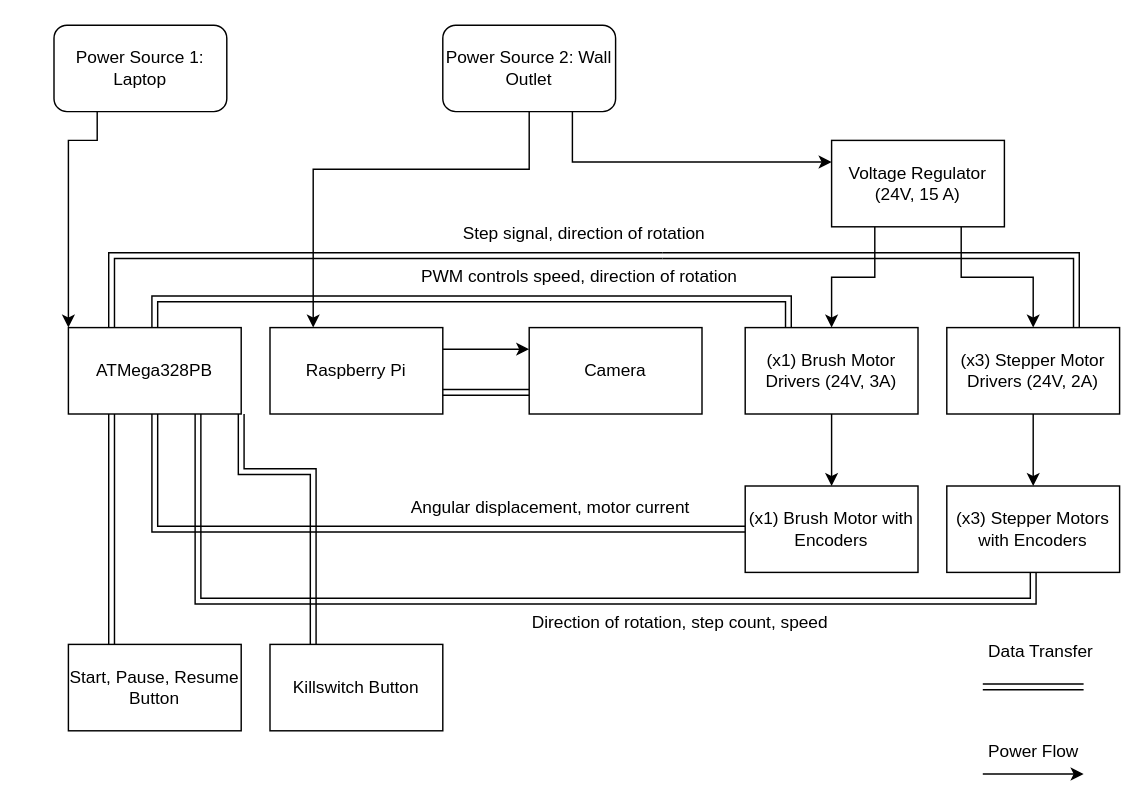
Above: Untitled Diagram.drawio in upenn-embedded/final-project-s25-the-algorithm (draw.io), before the change. Source tidied: cells renumbered, new cells numbered last; positions are measured from the earlier drawing's top-left corner, leaving out a move shared by most shapes. Both pictures are drawn from the tidied source at 144%, with x=0, y=0 at pixel (53, 24).
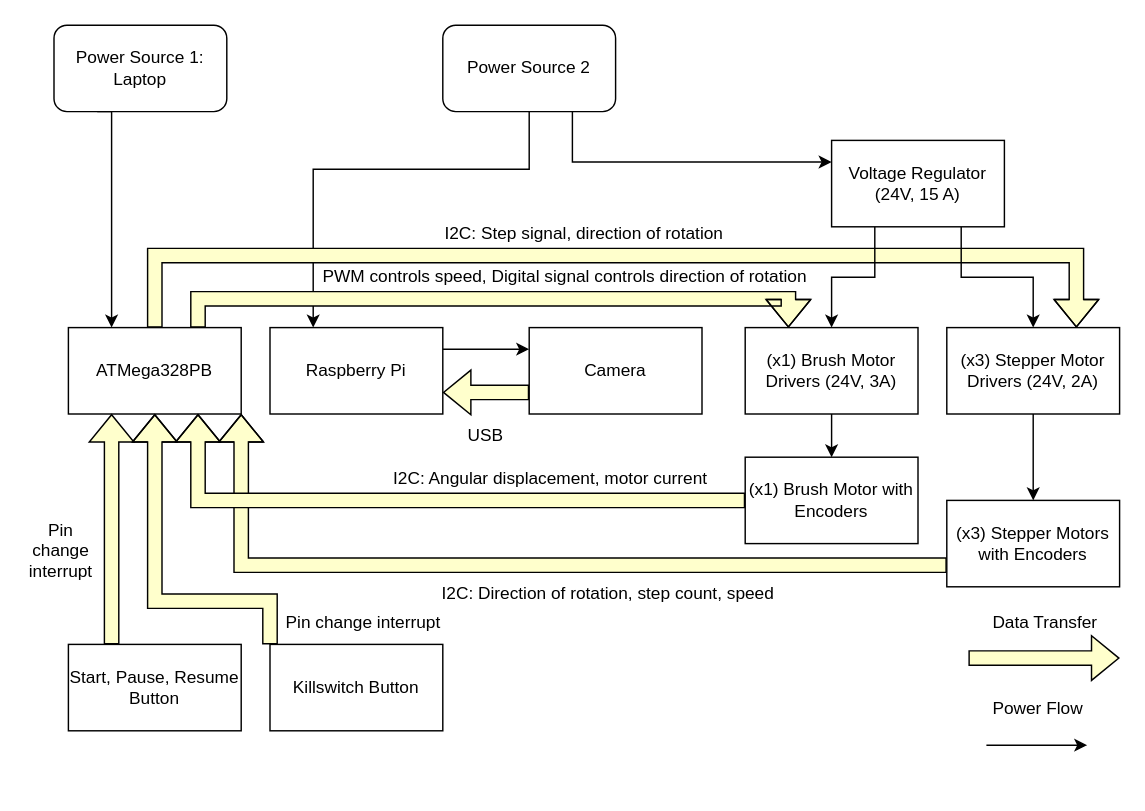
The same page after the edit.

The change refers to these unchanged cells:
```xml
<mxCell id="4" value="Power Source 1: Laptop" style="rounded=1;whiteSpace=wrap;html=1;" parent="1" vertex="1">
  <mxGeometry width="120" height="60" as="geometry" />
</mxCell>
<mxCell id="7" value="ATMega328PB" style="rounded=0;whiteSpace=wrap;html=1;" parent="1" vertex="1">
  <mxGeometry x="10" y="210" width="120" height="60" as="geometry" />
</mxCell>
<mxCell id="9" value="Raspberry Pi" style="rounded=0;whiteSpace=wrap;html=1;" parent="1" vertex="1">
  <mxGeometry x="150" y="210" width="120" height="60" as="geometry" />
</mxCell>
<mxCell id="11" value="(x3) Stepper Motor Drivers (24V, 2A)" style="rounded=0;whiteSpace=wrap;html=1;" parent="1" vertex="1">
  <mxGeometry x="620" y="210" width="120" height="60" as="geometry" />
</mxCell>
<mxCell id="17" value="Camera" style="rounded=0;whiteSpace=wrap;html=1;" parent="1" vertex="1">
  <mxGeometry x="330" y="210" width="120" height="60" as="geometry" />
</mxCell>
<mxCell id="19" value="(x1) Brush Motor Drivers (24V, 3A)" style="rounded=0;whiteSpace=wrap;html=1;" parent="1" vertex="1">
  <mxGeometry x="480" y="210" width="120" height="60" as="geometry" />
</mxCell>
<mxCell id="21" value="Start, Pause, Resume Button" style="rounded=0;whiteSpace=wrap;html=1;" parent="1" vertex="1">
  <mxGeometry x="10" y="430" width="120" height="60" as="geometry" />
</mxCell>
<mxCell id="23" value="Killswitch Button" style="rounded=0;whiteSpace=wrap;html=1;" parent="1" vertex="1">
  <mxGeometry x="150" y="430" width="120" height="60" as="geometry" />
</mxCell>
```

Diff of the diagram source:
```diff
@@
-    <mxCell id="3" style="edgeStyle=orthogonalEdgeStyle;rounded=0;jettySize=auto;html=1;exitX=0.25;exitY=1;exitDx=0;exitDy=0;entryX=0;entryY=0;entryDx=0;entryDy=0;" parent="1" edge="1" source="4" target="7">
+    <mxCell id="3" style="edgeStyle=orthogonalEdgeStyle;rounded=0;jettySize=auto;html=1;exitX=0.25;exitY=1;exitDx=0;exitDy=0;entryX=0.25;entryY=0;entryDx=0;entryDy=0;" parent="1" edge="1" source="4" target="7">
       <mxGeometry relative="1" as="geometry">
         <Array as="points">
-          <mxPoint x="30" y="80" />
-          <mxPoint x="10" y="80" />
+          <mxPoint x="40" y="60" />
         </Array>
       </mxGeometry>
     </mxCell>
@@
+    <mxCell id="38" style="edgeStyle=orthogonalEdgeStyle;rounded=0;jettySize=auto;html=1;exitX=0.5;exitY=0;exitDx=0;exitDy=0;entryX=0.75;entryY=0;entryDx=0;entryDy=0;shape=flexArrow;fillColor=#FFFFCC;" parent="1" edge="1" source="7" target="11">
+      <mxGeometry relative="1" as="geometry">
+        <Array as="points">
+          <mxPoint x="70" y="160" />
+          <mxPoint x="710" y="160" />
+        </Array>
+      </mxGeometry>
+    </mxCell>
-    <mxCell id="5" style="edgeStyle=orthogonalEdgeStyle;rounded=0;jettySize=auto;html=1;exitX=0.5;exitY=0;exitDx=0;exitDy=0;entryX=0.25;entryY=0;entryDx=0;entryDy=0;shape=link;" parent="1" edge="1" source="7" target="19">
+    <mxCell id="5" style="edgeStyle=orthogonalEdgeStyle;rounded=0;jettySize=auto;html=1;exitX=0.75;exitY=0;exitDx=0;exitDy=0;entryX=0.25;entryY=0;entryDx=0;entryDy=0;shape=flexArrow;fillColor=#FFFFCC;" parent="1" edge="1" source="7" target="19">
       <mxGeometry relative="1" as="geometry" />
     </mxCell>
-    <mxCell id="6" style="edgeStyle=orthogonalEdgeStyle;rounded=0;jettySize=auto;html=1;exitX=0.75;exitY=0;exitDx=0;exitDy=0;entryX=0.75;entryY=0;entryDx=0;entryDy=0;shape=link;" parent="1" edge="1" source="35" target="11">
-      <mxGeometry relative="1" as="geometry">
-        <Array as="points">
-          <mxPoint x="710" y="160" />
-        </Array>
-      </mxGeometry>
-    </mxCell>
@@
-    <mxCell id="12" style="edgeStyle=orthogonalEdgeStyle;rounded=0;jettySize=auto;html=1;exitX=0.5;exitY=1;exitDx=0;exitDy=0;entryX=0.75;entryY=1;entryDx=0;entryDy=0;shape=link;" parent="1" edge="1" source="13" target="7">
+    <mxCell id="12" style="edgeStyle=orthogonalEdgeStyle;rounded=0;jettySize=auto;html=1;exitX=0;exitY=0.75;exitDx=0;exitDy=0;entryX=1;entryY=1;entryDx=0;entryDy=0;shape=flexArrow;fillColor=#FFFFCC;" parent="1" edge="1" source="13" target="7">
       <mxGeometry relative="1" as="geometry" />
     </mxCell>
     <mxCell id="13" value="(x3) Stepper Motors with Encoders" style="rounded=0;whiteSpace=wrap;html=1;" parent="1" vertex="1">
-      <mxGeometry x="620" y="320" width="120" height="60" as="geometry" />
+      <mxGeometry x="620" y="330" width="120" height="60" as="geometry" />
     </mxCell>
-    <mxCell id="14" style="edgeStyle=orthogonalEdgeStyle;rounded=0;jettySize=auto;html=1;exitX=0;exitY=0.5;exitDx=0;exitDy=0;entryX=0.5;entryY=1;entryDx=0;entryDy=0;shape=link;" parent="1" edge="1" source="15" target="7">
-      <mxGeometry relative="1" as="geometry" />
-    </mxCell>
     <mxCell id="15" value="(x1) Brush Motor with Encoders" style="rounded=0;whiteSpace=wrap;html=1;" parent="1" vertex="1">
-      <mxGeometry x="480" y="320" width="120" height="60" as="geometry" />
+      <mxGeometry x="480" y="300" width="120" height="60" as="geometry" />
     </mxCell>
-    <mxCell id="16" style="edgeStyle=orthogonalEdgeStyle;rounded=0;jettySize=auto;html=1;exitX=0;exitY=0.75;exitDx=0;exitDy=0;entryX=1;entryY=0.75;entryDx=0;entryDy=0;shape=link;" parent="1" edge="1" source="17" target="9">
+    <mxCell id="16" style="edgeStyle=orthogonalEdgeStyle;rounded=0;jettySize=auto;html=1;exitX=0;exitY=0.75;exitDx=0;exitDy=0;entryX=1;entryY=0.75;entryDx=0;entryDy=0;shape=flexArrow;fillColor=#FFFFCC;" parent="1" edge="1" source="17" target="9">
       <mxGeometry relative="1" as="geometry" />
     </mxCell>
@@
-    <mxCell id="20" style="edgeStyle=orthogonalEdgeStyle;rounded=0;jettySize=auto;html=1;exitX=0.25;exitY=0;exitDx=0;exitDy=0;entryX=0.25;entryY=1;entryDx=0;entryDy=0;shape=link;" parent="1" edge="1" source="21" target="7">
+    <mxCell id="20" style="edgeStyle=orthogonalEdgeStyle;rounded=0;jettySize=auto;html=1;exitX=0.25;exitY=0;exitDx=0;exitDy=0;entryX=0.25;entryY=1;entryDx=0;entryDy=0;shape=flexArrow;fillColor=#FFFFCC;" parent="1" edge="1" source="21" target="7">
       <mxGeometry relative="1" as="geometry" />
     </mxCell>
@@
-    <mxCell id="22" style="edgeStyle=orthogonalEdgeStyle;rounded=0;jettySize=auto;html=1;exitX=0.25;exitY=0;exitDx=0;exitDy=0;entryX=1;entryY=1;entryDx=0;entryDy=0;shape=link;" parent="1" edge="1" source="23" target="7">
+    <mxCell id="22" style="edgeStyle=orthogonalEdgeStyle;rounded=0;jettySize=auto;html=1;exitX=0;exitY=0;exitDx=0;exitDy=0;entryX=0.5;entryY=1;entryDx=0;entryDy=0;shape=flexArrow;fillColor=#FFFFCC;" parent="1" edge="1" source="23" target="7">
       <mxGeometry relative="1" as="geometry">
         <Array as="points">
-          <mxPoint x="180" y="310" />
-          <mxPoint x="130" y="310" />
+          <mxPoint x="150" y="400" />
+          <mxPoint x="70" y="400" />
         </Array>
       </mxGeometry>
     </mxCell>
@@
     <mxCell id="24" style="endArrow=classic;html=1;rounded=0;" parent="1" edge="1">
       <mxGeometry relative="1" as="geometry">
-        <mxPoint x="645" y="520" as="sourcePoint" />
-        <mxPoint x="715" y="520" as="targetPoint" />
+        <mxPoint x="647.5" y="500" as="sourcePoint" />
+        <mxPoint x="717.5" y="500" as="targetPoint" />
       </mxGeometry>
     </mxCell>
-    <mxCell id="25" style="endArrow=none;html=1;rounded=0;shape=link;" parent="1" edge="1">
-      <mxGeometry relative="1" as="geometry">
-        <mxPoint x="645" y="459.5" as="sourcePoint" />
-        <mxPoint x="715" y="459.5" as="targetPoint" />
-      </mxGeometry>
-    </mxCell>
     <mxCell id="26" value="Power Flow" style="text;html=1;align=center;verticalAlign=middle;strokeColor=none;fillColor=none;" parent="1" vertex="1">
-      <mxGeometry x="635" y="490" width="90" height="30" as="geometry" />
+      <mxGeometry x="637.5" y="460" width="90" height="30" as="geometry" />
     </mxCell>
     <mxCell id="27" value="Data Transfer" style="text;html=1;align=center;verticalAlign=middle;strokeColor=none;fillColor=none;" parent="1" vertex="1">
-      <mxGeometry x="635" y="420" width="100" height="30" as="geometry" />
+      <mxGeometry x="637.5" y="400" width="100" height="30" as="geometry" />
     </mxCell>
@@
-    <mxCell id="31" value="Power Source 2: Wall Outlet" style="rounded=1;whiteSpace=wrap;html=1;" parent="1" vertex="1">
+    <mxCell id="31" value="Power Source 2" style="rounded=1;whiteSpace=wrap;html=1;" parent="1" vertex="1">
       <mxGeometry x="270" width="120" height="60" as="geometry" />
     </mxCell>
@@
-    <mxCell id="33" value="Step signal, direction of rotation&amp;nbsp;" style="text;html=1;align=center;verticalAlign=middle;whiteSpace=wrap;rounded=0;" parent="1" vertex="1">
+    <mxCell id="33" value="I2C: Step signal, direction of rotation&amp;nbsp;" style="text;html=1;align=center;verticalAlign=middle;whiteSpace=wrap;rounded=0;" parent="1" vertex="1">
       <mxGeometry x="270" y="130" width="200" height="30" as="geometry" />
     </mxCell>
-    <mxCell id="34" style="edgeStyle=orthogonalEdgeStyle;rounded=0;jettySize=auto;html=1;exitX=0.25;exitY=0;exitDx=0;exitDy=0;entryX=0.75;entryY=0;entryDx=0;entryDy=0;shape=link;" parent="1" edge="1" source="7" target="35">
-      <mxGeometry relative="1" as="geometry">
-        <Array as="points">
-          <mxPoint x="40" y="160" />
-        </Array>
-      </mxGeometry>
-    </mxCell>
-    <mxCell id="35" value="PWM controls speed, direction of rotation" style="text;html=1;align=center;verticalAlign=middle;whiteSpace=wrap;rounded=0;" parent="1" vertex="1">
-      <mxGeometry x="250" y="160" width="230" height="30" as="geometry" />
+    <mxCell id="35" value="PWM controls speed, Digital signal controls direction of rotation" style="text;html=1;align=center;verticalAlign=middle;whiteSpace=wrap;rounded=0;" parent="1" vertex="1">
+      <mxGeometry x="180" y="160" width="350" height="30" as="geometry" />
     </mxCell>
-    <mxCell id="36" value="Direction of rotation, step count, speed" style="text;html=1;align=center;verticalAlign=middle;whiteSpace=wrap;rounded=0;" parent="1" vertex="1">
-      <mxGeometry x="310" y="400" width="250" height="30" as="geometry" />
+    <mxCell id="36" value="I2C: Direction of rotation, step count, speed" style="text;html=1;align=center;verticalAlign=middle;whiteSpace=wrap;rounded=0;" parent="1" vertex="1">
+      <mxGeometry x="260" y="380" width="250" height="30" as="geometry" />
     </mxCell>
-    <mxCell id="37" value="Angular displacement, motor current" style="text;html=1;align=center;verticalAlign=middle;whiteSpace=wrap;rounded=0;" parent="1" vertex="1">
-      <mxGeometry x="220" y="320" width="250" height="30" as="geometry" />
+    <mxCell id="37" value="I2C: Angular displacement, motor current" style="text;html=1;align=center;verticalAlign=middle;whiteSpace=wrap;rounded=0;" parent="1" vertex="1">
+      <mxGeometry x="220" y="300" width="250" height="30" as="geometry" />
     </mxCell>
+    <mxCell id="39" style="endArrow=classic;html=1;rounded=0;shape=flexArrow;fillColor=#FFFFCC;" parent="1" edge="1">
+      <mxGeometry relative="1" as="geometry">
+        <mxPoint x="635" y="439.5" as="sourcePoint" />
+        <mxPoint x="740" y="439.5" as="targetPoint" />
+      </mxGeometry>
+    </mxCell>
+    <mxCell id="14" style="edgeStyle=orthogonalEdgeStyle;rounded=0;jettySize=auto;html=1;exitX=0;exitY=0.5;exitDx=0;exitDy=0;entryX=0.75;entryY=1;entryDx=0;entryDy=0;shape=flexArrow;fillColor=#FFFFCC;" parent="1" edge="1" source="15" target="7">
+      <mxGeometry relative="1" as="geometry" />
+    </mxCell>
+    <mxCell id="40" value="USB" style="text;html=1;align=center;verticalAlign=middle;whiteSpace=wrap;rounded=0;" parent="1" vertex="1">
+      <mxGeometry x="270" y="270" width="60" height="30" as="geometry" />
+    </mxCell>
+    <mxCell id="41" value="Pin change interrupt" style="text;html=1;align=center;verticalAlign=middle;whiteSpace=wrap;rounded=0;" parent="1" vertex="1">
+      <mxGeometry x="140" y="400" width="150" height="30" as="geometry" />
+    </mxCell>
+    <mxCell id="42" value="Pin change interrupt" style="text;html=1;align=center;verticalAlign=middle;whiteSpace=wrap;rounded=0;" parent="1" vertex="1">
+      <mxGeometry x="-20" y="350" width="50" height="30" as="geometry" />
+    </mxCell>
```
